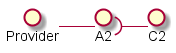
Above: JavaUMLParser/src/test/resources/Test-Case-0/output.png in MeenakshiParyani/CMPE-202 (PlantUML), before the change.
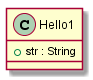
After the commit.

What changed in the source:
```diff
@@ -1,4 +1,6 @@
 @startuml
-Provider - A2
- A2 )- C2
+class Hello1 {
+ +str : String
+}
+
 @enduml
```
